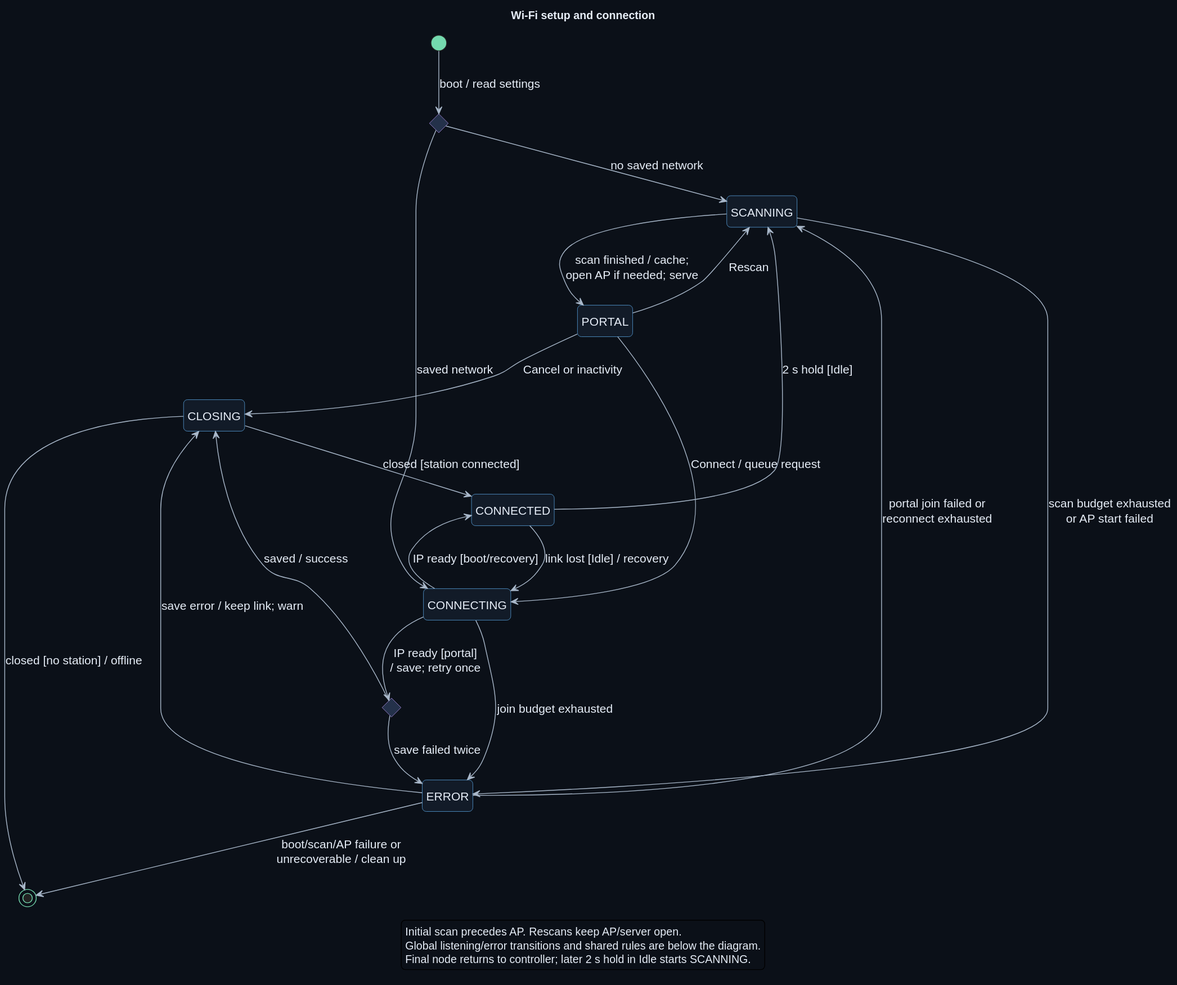
Earlier version of the PlantUML export Development/system/architecture/rendered/wifi_state.svg (DemonicPsychoII/DigitalStethoscope).
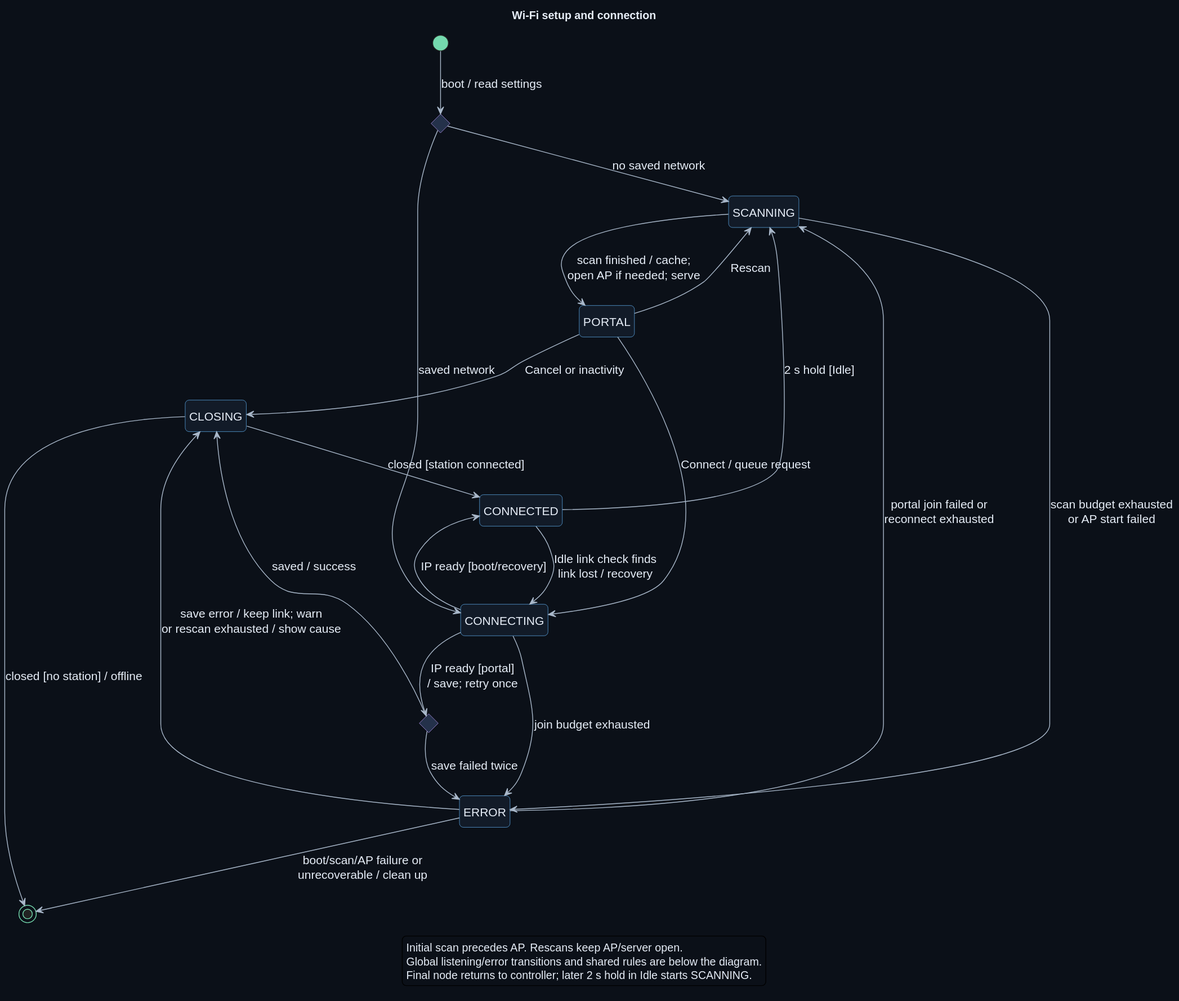
Above is the later version.

The edit, as a diff of the source:
```diff
@@ -47,11 +47,11 @@
 Scan --> Error : scan budget exhausted\nor AP start failed
 Save --> Error : save failed twice
 Error --> Scan : portal join failed or\nreconnect exhausted
-Error --> Close : save error / keep link; warn
+Error --> Close : save error / keep link; warn\nor rescan exhausted / show cause
 Error --> [*] : boot/scan/AP failure or\nunrecoverable / clean up
 Close -down-> Online : closed [station connected]
 Close --> [*] : closed [no station] / offline
-Online --> Join : link lost [Idle] / recovery
+Online --> Join : Idle link check finds\nlink lost / recovery
 Online --> Scan : 2 s hold [Idle]
 legend bottom
  Initial scan precedes AP. Rescans keep AP/server open.
```
